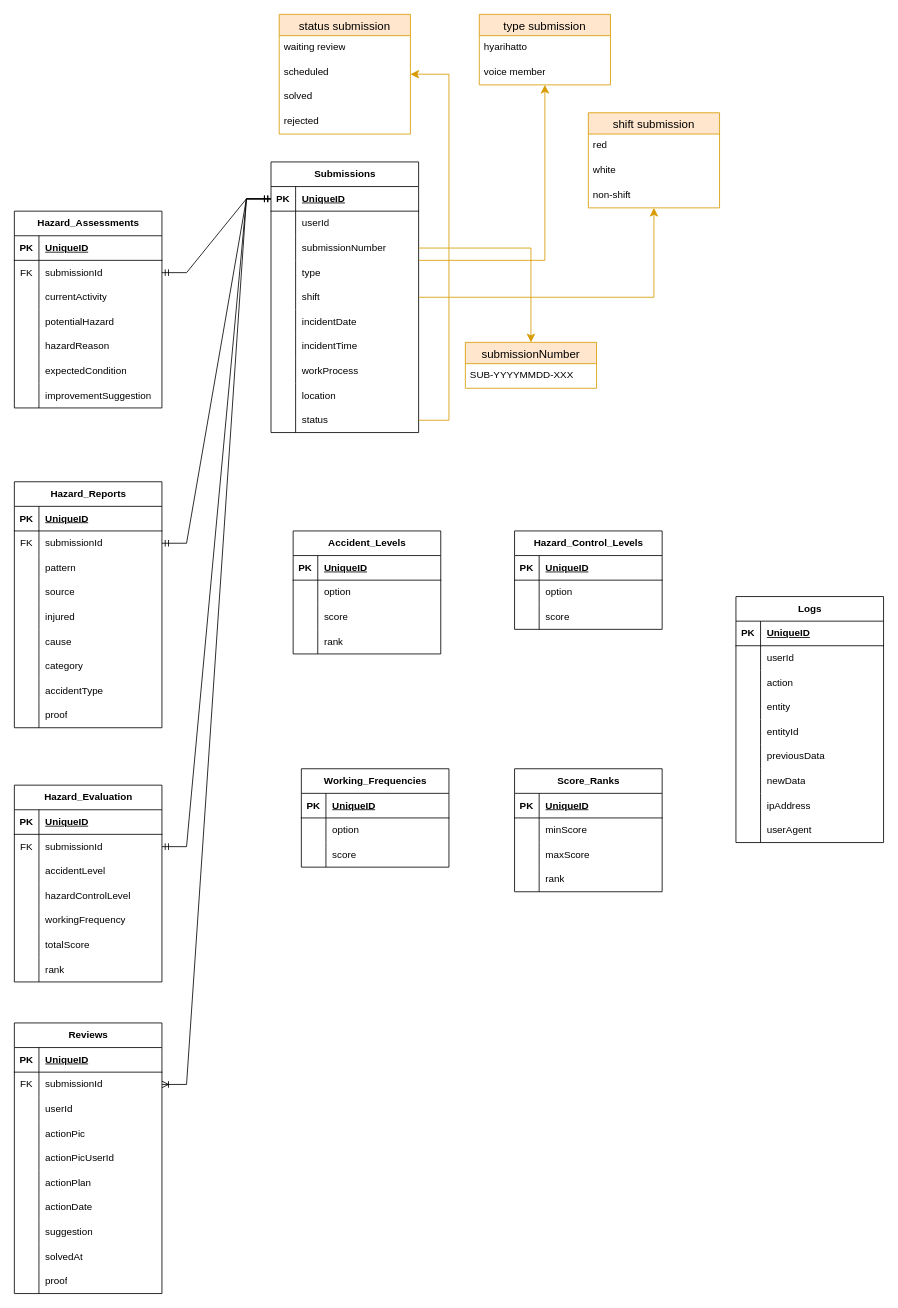
Above: page "ERD" (2 of 2) of sys_design/Flow_ERD.drawio in bagususwanto/think-forward (draw.io), before the change. Source tidied: cells renumbered, new cells numbered last; positions are measured from the earlier drawing's top-left corner, leaving out a move shared by most shapes. Both pictures are drawn from the tidied source at 82%, with x=0, y=0 at pixel (14, 14).
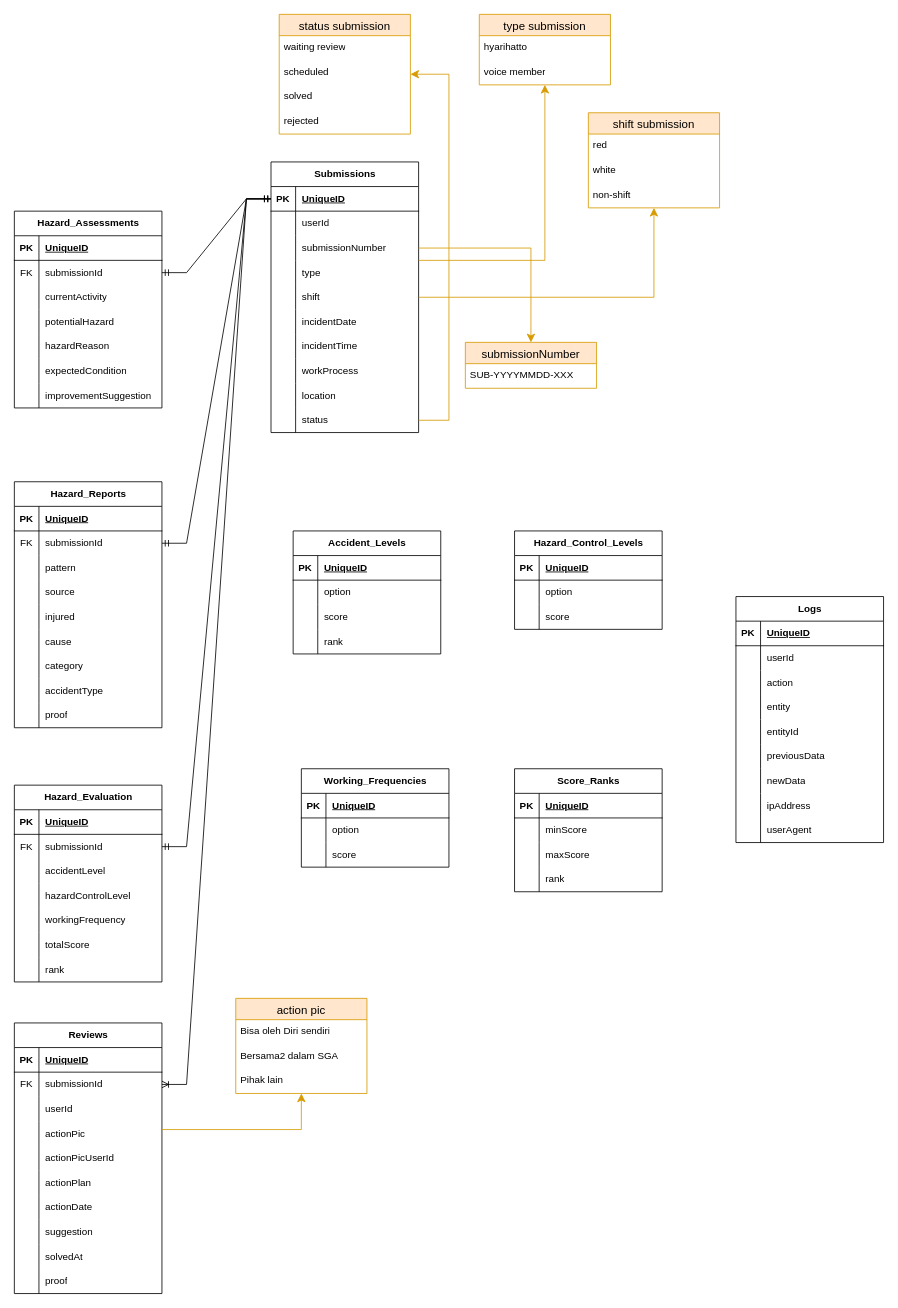
The same diagram, later.

The change refers to these unchanged cells:
```xml
<mxCell id="43" style="shape=tableRow;horizontal=0;startSize=0;swimlaneHead=0;swimlaneBody=0;fillColor=none;points=[[0,0.5],[1,0.5]];portConstraint=eastwest;top=0;left=0;right=0;bottom=0;" parent="33" vertex="1">
  <mxGeometry y="120" width="180" height="30" as="geometry" />
</mxCell>
```

Diff of the diagram source:
```diff
@@
+    <mxCell id="232" value="action pic" style="swimlane;fontStyle=0;horizontal=1;startSize=26;align=center;fontSize=14;fillColor=#ffe6cc;strokeColor=#d79b00;" parent="1" vertex="1">
+      <mxGeometry x="270" y="1200" width="160" height="116" as="geometry" />
+    </mxCell>
+    <mxCell id="233" value="Bisa oleh Diri sendiri" style="text;strokeColor=none;fillColor=none;spacingLeft=4;spacingRight=4;overflow=hidden;fontSize=12;whiteSpace=wrap;html=1;" parent="232" vertex="1">
+      <mxGeometry y="26" width="160" height="30" as="geometry" />
+    </mxCell>
+    <mxCell id="234" value="Bersama2 dalam SGA" style="text;strokeColor=none;fillColor=none;spacingLeft=4;spacingRight=4;overflow=hidden;fontSize=12;whiteSpace=wrap;html=1;" parent="232" vertex="1">
+      <mxGeometry y="56" width="160" height="30" as="geometry" />
+    </mxCell>
+    <mxCell id="235" value="Pihak lain" style="text;strokeColor=none;fillColor=none;spacingLeft=4;spacingRight=4;overflow=hidden;fontSize=12;whiteSpace=wrap;html=1;" parent="232" vertex="1">
+      <mxGeometry y="86" width="160" height="30" as="geometry" />
+    </mxCell>
+    <mxCell id="236" style="edgeStyle=elbowEdgeStyle;elbow=vertical;endArrow=classic;html=1;curved=0;rounded=0;endSize=8;startSize=8;fillColor=#ffe6cc;strokeColor=#d79b00;" parent="1" edge="1" source="43" target="232">
+      <mxGeometry relative="1" as="geometry">
+        <Array as="points">
+          <mxPoint x="350" y="1360" />
+        </Array>
+      </mxGeometry>
+    </mxCell>
```
